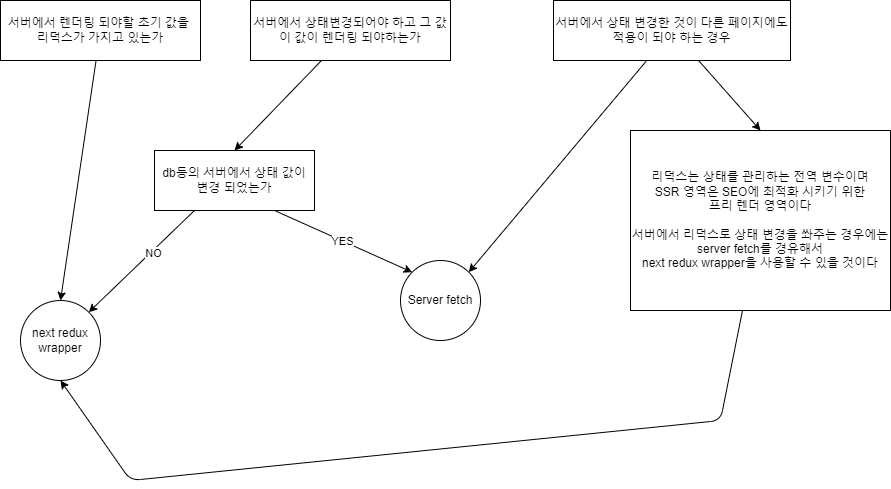
BangJunwoo/my-app keeps this draw.io diagram as docs/redux-wrapper적용검토.dio.png. Above is the earlier version. Source tidied: cells renumbered, new cells last; positions are measured from the earlier drawing's top-left corner, leaving out a move shared by most shapes. The source it was exported from:
```xml
<mxGraphModel>
  <root>
    <mxCell id="0" />
    <mxCell id="1" parent="0" />
    <mxCell id="2" style="edgeStyle=none;html=1;entryX=0.5;entryY=0;entryDx=0;entryDy=0;" parent="1" edge="1" source="3" target="9">
      <mxGeometry relative="1" as="geometry" />
    </mxCell>
    <mxCell id="3" value="서버에서 렌더링 되야할 초기 값을&amp;nbsp;&lt;br&gt;리덕스가 가지고 있는가" style="whiteSpace=wrap;html=1;" parent="1" vertex="1">
      <mxGeometry width="200" height="60" as="geometry" />
    </mxCell>
    <mxCell id="4" style="edgeStyle=none;html=1;entryX=0.5;entryY=0;entryDx=0;entryDy=0;" parent="1" edge="1" source="5" target="17">
      <mxGeometry relative="1" as="geometry" />
    </mxCell>
    <mxCell id="5" value="서버에서 상태변경되어야 하고 그 값이 값이 렌더링 되야하는가" style="whiteSpace=wrap;html=1;" parent="1" vertex="1">
      <mxGeometry x="250" width="200" height="60" as="geometry" />
    </mxCell>
    <mxCell id="6" style="edgeStyle=none;html=1;entryX=0.5;entryY=0;entryDx=0;entryDy=0;" parent="1" edge="1" source="8" target="12">
      <mxGeometry relative="1" as="geometry" />
    </mxCell>
    <mxCell id="7" style="edgeStyle=none;html=1;entryX=1;entryY=0;entryDx=0;entryDy=0;" parent="1" edge="1" source="8" target="16">
      <mxGeometry relative="1" as="geometry" />
    </mxCell>
    <mxCell id="8" value="서버에서 상태 변경한 것이 다른 페이지에도 적용이 되야 하는 경우" style="whiteSpace=wrap;html=1;" parent="1" vertex="1">
      <mxGeometry x="553" width="237" height="60" as="geometry" />
    </mxCell>
    <mxCell id="9" value="next redux wrapper" style="ellipse;whiteSpace=wrap;html=1;" parent="1" vertex="1">
      <mxGeometry x="20" y="300" width="80" height="80" as="geometry" />
    </mxCell>
    <mxCell id="10" style="edgeStyle=none;html=1;entryX=0;entryY=0.5;entryDx=0;entryDy=0;" parent="1" edge="1" target="12">
      <mxGeometry relative="1" as="geometry">
        <mxPoint x="693" y="160" as="sourcePoint" />
      </mxGeometry>
    </mxCell>
    <mxCell id="11" style="edgeStyle=none;html=1;entryX=0.5;entryY=1;entryDx=0;entryDy=0;" parent="1" edge="1" source="12" target="9">
      <mxGeometry relative="1" as="geometry">
        <Array as="points">
          <mxPoint x="720" y="420" />
          <mxPoint x="130" y="480" />
        </Array>
      </mxGeometry>
    </mxCell>
    <mxCell id="12" value="리덕스는 상태를 관리하는 전역 변수이며&lt;br&gt;SSR 영역은 SEO에 최적화 시키기 위한 &lt;br&gt;프리 렌더 영역이다&lt;br&gt;&lt;br&gt;서버에서 리덕스로 상태 변경을 쏴주는 경우에는 server fetch를 경유해서&lt;br&gt;next redux wrapper을 사용할 수 있을 것이다" style="whiteSpace=wrap;html=1;" parent="1" vertex="1">
      <mxGeometry x="630" y="130" width="260" height="180" as="geometry" />
    </mxCell>
    <mxCell id="13" value="YES" style="edgeStyle=none;html=1;entryX=0;entryY=0;entryDx=0;entryDy=0;exitX=0.75;exitY=1;exitDx=0;exitDy=0;" parent="1" edge="1" source="17" target="16">
      <mxGeometry relative="1" as="geometry" />
    </mxCell>
    <mxCell id="14" style="edgeStyle=none;html=1;entryX=1;entryY=0;entryDx=0;entryDy=0;exitX=0.25;exitY=1;exitDx=0;exitDy=0;" parent="1" edge="1" source="17" target="9">
      <mxGeometry relative="1" as="geometry" />
    </mxCell>
    <mxCell id="15" value="NO" style="edgeLabel;html=1;align=center;verticalAlign=middle;" parent="14" vertex="1">
      <mxGeometry x="-0.19" y="2" relative="1" as="geometry" />
    </mxCell>
    <mxCell id="16" value="Server fetch" style="ellipse;whiteSpace=wrap;html=1;" parent="1" vertex="1">
      <mxGeometry x="400" y="260" width="80" height="80" as="geometry" />
    </mxCell>
    <mxCell id="17" value="db등의 서버에서 상태&amp;nbsp;값이 변경 되었는가" style="whiteSpace=wrap;html=1;" parent="1" vertex="1">
      <mxGeometry x="154" y="150" width="160" height="60" as="geometry" />
    </mxCell>
  </root>
</mxGraphModel>
```
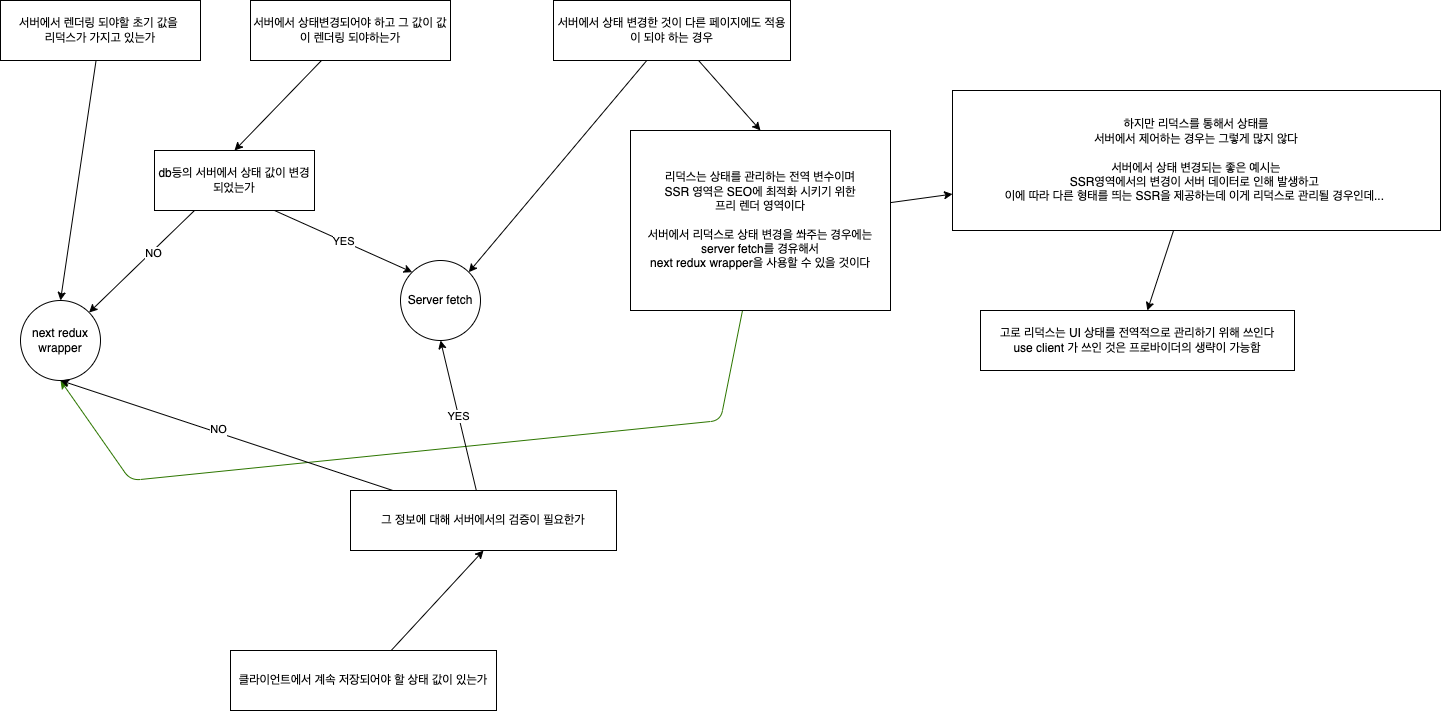
Later version of the same file.

Change to the diagram source:
```diff
@@ -31,7 +31,7 @@
         <mxPoint x="693" y="160" as="sourcePoint" />
       </mxGeometry>
     </mxCell>
-    <mxCell id="11" style="edgeStyle=none;html=1;entryX=0.5;entryY=1;entryDx=0;entryDy=0;" parent="1" edge="1" source="12" target="9">
+    <mxCell id="11" style="edgeStyle=none;html=1;entryX=0.5;entryY=1;entryDx=0;entryDy=0;fillColor=#60a917;strokeColor=#2D7600;" parent="1" edge="1" source="12" target="9">
       <mxGeometry relative="1" as="geometry">
         <Array as="points">
           <mxPoint x="720" y="420" />
@@ -39,6 +39,9 @@
         </Array>
       </mxGeometry>
     </mxCell>
+    <mxCell id="18" style="edgeStyle=none;html=1;" parent="1" edge="1" source="12" target="27">
+      <mxGeometry relative="1" as="geometry" />
+    </mxCell>
     <mxCell id="12" value="리덕스는 상태를 관리하는 전역 변수이며&lt;br&gt;SSR 영역은 SEO에 최적화 시키기 위한 &lt;br&gt;프리 렌더 영역이다&lt;br&gt;&lt;br&gt;서버에서 리덕스로 상태 변경을 쏴주는 경우에는 server fetch를 경유해서&lt;br&gt;next redux wrapper을 사용할 수 있을 것이다" style="whiteSpace=wrap;html=1;" parent="1" vertex="1">
       <mxGeometry x="630" y="130" width="260" height="180" as="geometry" />
     </mxCell>
@@ -57,5 +60,35 @@
     <mxCell id="17" value="db등의 서버에서 상태&amp;nbsp;값이 변경 되었는가" style="whiteSpace=wrap;html=1;" parent="1" vertex="1">
       <mxGeometry x="154" y="150" width="160" height="60" as="geometry" />
     </mxCell>
+    <mxCell id="19" style="edgeStyle=none;html=1;entryX=0.5;entryY=1;entryDx=0;entryDy=0;" parent="1" edge="1" source="20" target="25">
+      <mxGeometry relative="1" as="geometry" />
+    </mxCell>
+    <mxCell id="20" value="클라이언트에서 계속 저장되어야 할 상태 값이 있는가" style="whiteSpace=wrap;html=1;" parent="1" vertex="1">
+      <mxGeometry x="230" y="650" width="266" height="60" as="geometry" />
+    </mxCell>
+    <mxCell id="21" style="edgeStyle=none;html=1;entryX=0.5;entryY=1;entryDx=0;entryDy=0;" parent="1" edge="1" source="25" target="16">
+      <mxGeometry relative="1" as="geometry" />
+    </mxCell>
+    <mxCell id="22" value="YES" style="edgeLabel;html=1;align=center;verticalAlign=middle;" parent="21" vertex="1">
+      <mxGeometry x="-0.01" relative="1" as="geometry" />
+    </mxCell>
+    <mxCell id="23" style="edgeStyle=none;html=1;entryX=0.5;entryY=1;entryDx=0;entryDy=0;" parent="1" edge="1" source="25" target="9">
+      <mxGeometry relative="1" as="geometry" />
+    </mxCell>
+    <mxCell id="24" value="NO" style="edgeLabel;html=1;align=center;verticalAlign=middle;" parent="23" vertex="1">
+      <mxGeometry x="0.06" y="-3" relative="1" as="geometry" />
+    </mxCell>
+    <mxCell id="25" value="그 정보에 대해 서버에서의 검증이 필요한가" style="whiteSpace=wrap;html=1;" parent="1" vertex="1">
+      <mxGeometry x="350" y="490" width="266" height="60" as="geometry" />
+    </mxCell>
+    <mxCell id="26" style="edgeStyle=none;html=1;" parent="1" edge="1" source="27" target="28">
+      <mxGeometry relative="1" as="geometry" />
+    </mxCell>
+    <mxCell id="27" value="하지만 리덕스를 통해서 상태를&lt;br&gt;서버에서 제어하는 경우는 그렇게 많지 않다&lt;br&gt;&lt;br&gt;서버에서 상태 변경되는 좋은 예시는&lt;br&gt;SSR영역에서의 변경이 서버 데이터로 인해 발생하고&amp;nbsp;&lt;br&gt;이에 따라 다른 형태를 띄는 SSR을 제공하는데 이게 리덕스로 관리될 경우인데...&amp;nbsp;" style="whiteSpace=wrap;html=1;" parent="1" vertex="1">
+      <mxGeometry x="952" y="90" width="488" height="140" as="geometry" />
+    </mxCell>
+    <mxCell id="28" value="고로 리덕스는 UI 상태를 전역적으로 관리하기 위해 쓰인다&lt;br&gt;use client 가 쓰인 것은 프로바이더의 생략이 가능함" style="whiteSpace=wrap;html=1;" parent="1" vertex="1">
+      <mxGeometry x="980" y="310" width="314" height="60" as="geometry" />
+    </mxCell>
   </root>
 </mxGraphModel>
```
